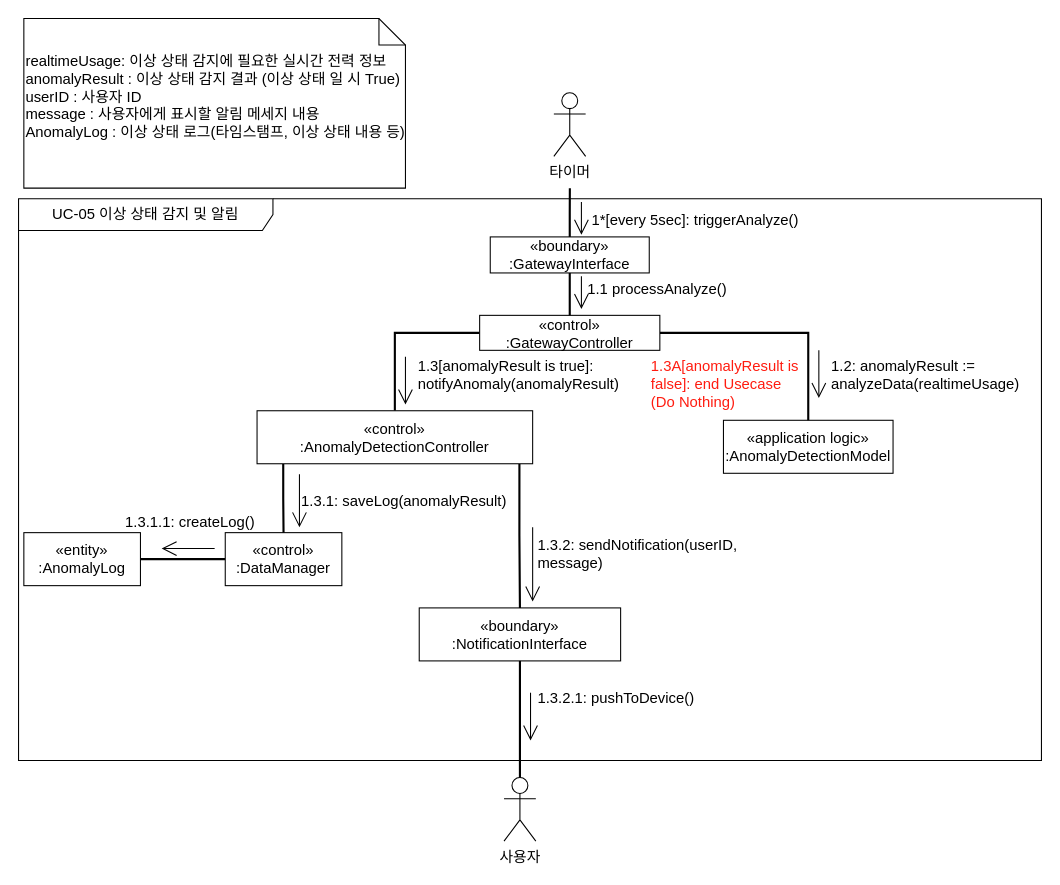
Earlier version of the draw.io diagram page "UC-05" (3 of 4) of DomainModeling.drawio (GeniusHoon/AssociateArchitect). Source tidied: cells renumbered, new cells numbered last; positions are measured from the earlier drawing's top-left corner, leaving out a move shared by most shapes. Both pictures are drawn from the tidied source at 106%, with x=0, y=0 at pixel (18, 18).
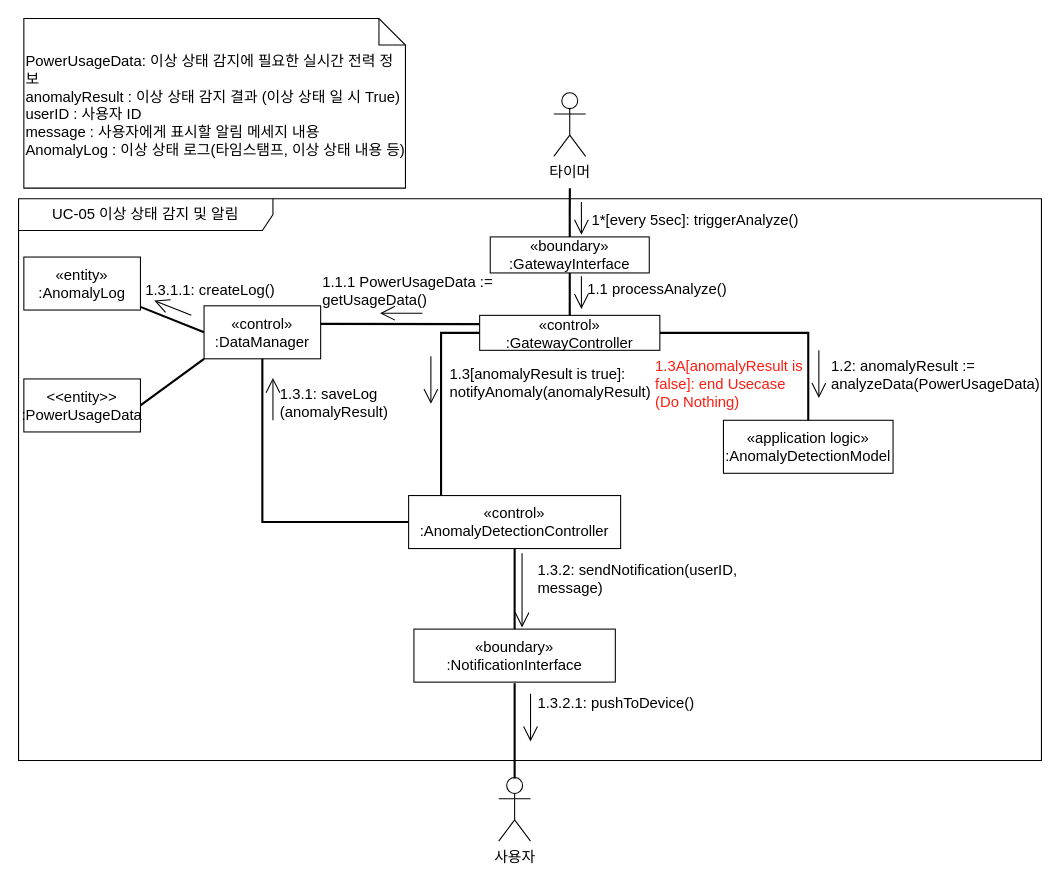
Above is the later version.

Unchanged cells that the change refers to:
```xml
<mxCell id="10" value="«control»&lt;br&gt;&lt;div&gt;:GatewayController&lt;/div&gt;" style="html=1;whiteSpace=wrap;fontSize=14;" parent="1" vertex="1">
  <mxGeometry x="435" y="280" width="170" height="33" as="geometry" />
</mxCell>
```

The edit, as a diff of the source:
```diff
@@
-    <mxCell id="2" value="realtimeUsage: 이상 상태 감지에 필요한 실시간 전력 정보&lt;div&gt;anomalyResult : 이상 상태 감지 결과 (이상 상태 일 시 True)&lt;/div&gt;&lt;div&gt;userID : 사용자 ID&lt;/div&gt;&lt;div&gt;message : 사용자에게 표시할 알림 메세지 내용&lt;/div&gt;&lt;div&gt;AnomalyLog : 이상 상태 로그(타임스탬프, 이상 상태 내용 등)&lt;/div&gt;&lt;div&gt;&lt;br&gt;&lt;/div&gt;" style="shape=note2;boundedLbl=1;whiteSpace=wrap;html=1;size=25;verticalAlign=top;align=left;fontSize=14;" parent="1" vertex="1">
+    <mxCell id="2" value="&lt;div&gt;&lt;span style=&quot;text-align: center; background-color: transparent; color: light-dark(rgb(0, 0, 0), rgb(255, 255, 255));&quot;&gt;PowerUsageData&lt;/span&gt;&lt;span style=&quot;background-color: transparent; color: light-dark(rgb(0, 0, 0), rgb(255, 255, 255));&quot;&gt;: 이상 상태 감지에 필요한 실시간 전력 정보&lt;/span&gt;&lt;/div&gt;&lt;div&gt;&lt;span style=&quot;background-color: transparent; color: light-dark(rgb(0, 0, 0), rgb(255, 255, 255));&quot;&gt;anomalyResult : 이상 상태 감지 결과 (이상 상태 일 시 True)&lt;/span&gt;&lt;/div&gt;&lt;div&gt;userID : 사용자 ID&lt;/div&gt;&lt;div&gt;message : 사용자에게 표시할 알림 메세지 내용&lt;/div&gt;&lt;div&gt;AnomalyLog : 이상 상태 로그(타임스탬프, 이상 상태 내용 등)&lt;/div&gt;&lt;div&gt;&lt;br&gt;&lt;/div&gt;" style="shape=note2;boundedLbl=1;whiteSpace=wrap;html=1;size=25;verticalAlign=top;align=left;fontSize=14;" parent="1" vertex="1">
       <mxGeometry x="5" width="360" height="160" as="geometry" />
     </mxCell>
     <mxCell id="3" value="사용자" style="shape=umlActor;verticalLabelPosition=bottom;verticalAlign=top;html=1;fontSize=14;" parent="1" vertex="1">
-      <mxGeometry x="458" y="716" width="30" height="60" as="geometry" />
+      <mxGeometry x="453" y="716" width="30" height="60" as="geometry" />
     </mxCell>
-    <mxCell id="4" style="edgeStyle=orthogonalEdgeStyle;rounded=0;jettySize=auto;html=1;exitX=0;exitY=0.5;exitDx=0;exitDy=0;strokeWidth=2;endArrow=none;endFill=0;fontSize=14;" parent="1" edge="1" source="5" target="14">
+    <mxCell id="4" style="rounded=0;jettySize=auto;html=1;exitX=0;exitY=0.5;exitDx=0;exitDy=0;strokeWidth=2;endArrow=none;endFill=0;fontSize=14;" parent="1" edge="1" source="5" target="14">
       <mxGeometry relative="1" as="geometry" />
     </mxCell>
+    <mxCell id="38" style="rounded=0;jettySize=auto;html=1;exitX=0;exitY=1;exitDx=0;exitDy=0;entryX=1;entryY=0.5;entryDx=0;entryDy=0;fontSize=12;startSize=8;endSize=8;strokeWidth=2;endArrow=none;endFill=0;" parent="1" edge="1" source="5" target="40">
+      <mxGeometry relative="1" as="geometry" />
+    </mxCell>
     <mxCell id="5" value="«control»&lt;br&gt;&lt;div&gt;:DataManager&lt;/div&gt;" style="html=1;whiteSpace=wrap;fontSize=14;" parent="1" vertex="1">
-      <mxGeometry x="195" y="485" width="110" height="50" as="geometry" />
+      <mxGeometry x="175" y="271" width="110" height="50" as="geometry" />
     </mxCell>
     <mxCell id="6" value="«boundary»&lt;br&gt;&lt;div&gt;:NotificationInterface&lt;/div&gt;" style="html=1;whiteSpace=wrap;fontSize=14;" parent="1" vertex="1">
-      <mxGeometry x="378" y="556" width="190" height="50" as="geometry" />
+      <mxGeometry x="373" y="576" width="190" height="50" as="geometry" />
     </mxCell>
@@
-    <mxCell id="9" style="edgeStyle=orthogonalEdgeStyle;rounded=0;jettySize=auto;html=1;exitX=0;exitY=0.5;exitDx=0;exitDy=0;entryX=0.5;entryY=0;entryDx=0;entryDy=0;endArrow=none;endFill=0;strokeWidth=2;" parent="1" edge="1" source="10" target="18">
+    <mxCell id="9" style="edgeStyle=orthogonalEdgeStyle;rounded=0;jettySize=auto;html=1;exitX=0;exitY=0.5;exitDx=0;exitDy=0;entryX=0.153;entryY=0.016;entryDx=0;entryDy=0;endArrow=none;endFill=0;strokeWidth=2;entryPerimeter=0;" parent="1" edge="1" source="10" target="18">
       <mxGeometry relative="1" as="geometry" />
     </mxCell>
+    <mxCell id="39" style="edgeStyle=none;curved=1;rounded=0;jettySize=auto;html=1;exitX=0;exitY=0.25;exitDx=0;exitDy=0;fontSize=12;startSize=8;endSize=8;endArrow=none;endFill=0;strokeWidth=2;" parent="1" edge="1" source="10">
+      <mxGeometry relative="1" as="geometry">
+        <mxPoint x="285" y="288" as="targetPoint" />
+      </mxGeometry>
+    </mxCell>
@@
     <mxCell id="11" style="endArrow=open;endFill=1;endSize=12;html=1;rounded=0;fontSize=14;" parent="1" edge="1">
       <mxGeometry relative="1" as="geometry">
-        <mxPoint x="265" y="430" as="sourcePoint" />
-        <mxPoint x="265" y="480" as="targetPoint" />
+        <mxPoint x="240" y="379" as="sourcePoint" />
+        <mxPoint x="240" y="339" as="targetPoint" />
+        <Array as="points">
+          <mxPoint x="240" y="354" />
+        </Array>
       </mxGeometry>
     </mxCell>
@@
     <mxCell id="14" value="«entity»&lt;br&gt;&lt;div&gt;:AnomalyLog&lt;/div&gt;" style="html=1;whiteSpace=wrap;fontSize=14;" parent="1" vertex="1">
-      <mxGeometry x="5" y="485" width="110" height="50" as="geometry" />
+      <mxGeometry x="5" y="225" width="110" height="50" as="geometry" />
     </mxCell>
-    <mxCell id="15" value="1.2: anomalyResult :=&#10;analyzeData(realtimeUsage)" style="text;whiteSpace=wrap;fontSize=14;" parent="1" vertex="1">
+    <mxCell id="15" value="1.2: anomalyResult :=&#10;analyzeData(PowerUsageData)" style="text;whiteSpace=wrap;fontSize=14;" parent="1" vertex="1">
       <mxGeometry x="765" y="313" width="176.5" height="40" as="geometry" />
     </mxCell>
-    <mxCell id="16" style="edgeStyle=orthogonalEdgeStyle;rounded=0;jettySize=auto;html=1;entryX=0.5;entryY=0;entryDx=0;entryDy=0;strokeWidth=2;endArrow=none;endFill=0;fontSize=14;exitX=0.095;exitY=1.003;exitDx=0;exitDy=0;exitPerimeter=0;" parent="1" edge="1" source="18" target="5">
+    <mxCell id="16" style="edgeStyle=orthogonalEdgeStyle;rounded=0;jettySize=auto;html=1;entryX=0.5;entryY=1;entryDx=0;entryDy=0;strokeWidth=2;endArrow=none;endFill=0;fontSize=14;exitX=0;exitY=0.5;exitDx=0;exitDy=0;" parent="1" edge="1" source="18" target="5">
       <mxGeometry relative="1" as="geometry" />
     </mxCell>
-    <mxCell id="17" style="edgeStyle=orthogonalEdgeStyle;rounded=0;jettySize=auto;html=1;exitX=0.952;exitY=1.003;exitDx=0;exitDy=0;entryX=0.5;entryY=0;entryDx=0;entryDy=0;strokeWidth=2;endArrow=none;endFill=0;exitPerimeter=0;fontSize=14;" parent="1" edge="1" source="18" target="6">
+    <mxCell id="17" style="edgeStyle=orthogonalEdgeStyle;rounded=0;jettySize=auto;html=1;exitX=0.5;exitY=1;exitDx=0;exitDy=0;entryX=0.5;entryY=0;entryDx=0;entryDy=0;strokeWidth=2;endArrow=none;endFill=0;fontSize=14;" parent="1" edge="1" source="18" target="6">
       <mxGeometry relative="1" as="geometry" />
     </mxCell>
     <mxCell id="18" value="«control»&lt;br&gt;&lt;div&gt;:AnomalyDetectionController&lt;/div&gt;" style="html=1;whiteSpace=wrap;fontSize=14;" parent="1" vertex="1">
-      <mxGeometry x="225" y="370" width="260" height="50" as="geometry" />
+      <mxGeometry x="368" y="450" width="200" height="50" as="geometry" />
     </mxCell>
     <mxCell id="19" style="endArrow=open;endFill=1;endSize=12;html=1;rounded=0;fontSize=14;entryX=0;entryY=1;entryDx=0;entryDy=0;" parent="1" edge="1">
       <mxGeometry relative="1" as="geometry">
-        <mxPoint x="365" y="319" as="sourcePoint" />
-        <mxPoint x="365" y="364" as="targetPoint" />
+        <mxPoint x="389" y="318.5" as="sourcePoint" />
+        <mxPoint x="389" y="363.5" as="targetPoint" />
       </mxGeometry>
     </mxCell>
     <mxCell id="20" value="1.3[anomalyResult is true]: notifyAnomaly(anomalyResult)" style="text;whiteSpace=wrap;fontSize=14;" parent="1" vertex="1">
-      <mxGeometry x="375" y="313" width="176" height="40" as="geometry" />
+      <mxGeometry x="405" y="321" width="176" height="40" as="geometry" />
     </mxCell>
-    <mxCell id="21" style="edgeStyle=orthogonalEdgeStyle;rounded=0;jettySize=auto;html=1;exitX=0.5;exitY=1;exitDx=0;exitDy=0;entryX=0.5;entryY=0;entryDx=0;entryDy=0;entryPerimeter=0;strokeWidth=2;endArrow=none;endFill=0;fontSize=14;" parent="1" edge="1" source="6" target="3">
-      <mxGeometry relative="1" as="geometry" />
+    <mxCell id="21" style="edgeStyle=orthogonalEdgeStyle;rounded=0;orthogonalLoop=1;jettySize=auto;html=1;exitX=0.5;exitY=1;exitDx=0;exitDy=0;entryX=0.5;entryY=0;entryDx=0;entryDy=0;entryPerimeter=0;strokeWidth=2;endArrow=none;endFill=0;fontSize=14;" parent="1" edge="1">
+      <mxGeometry relative="1" as="geometry">
+        <mxPoint x="468" y="627" as="sourcePoint" />
+        <mxPoint x="468" y="717" as="targetPoint" />
+      </mxGeometry>
     </mxCell>
-    <mxCell id="22" value="1.3.1: saveLog(anomalyResult)" style="text;whiteSpace=wrap;fontSize=14;" parent="1" vertex="1">
-      <mxGeometry x="265" y="440" width="200" height="40" as="geometry" />
+    <mxCell id="22" value="1.3.1: saveLog&#10;(anomalyResult)" style="text;whiteSpace=wrap;fontSize=14;" parent="1" vertex="1">
+      <mxGeometry x="245" y="339" width="200" height="40" as="geometry" />
     </mxCell>
     <mxCell id="23" value="1.3.1.1: createLog()" style="text;whiteSpace=wrap;fontSize=14;" parent="1" vertex="1">
-      <mxGeometry x="99" y="460" width="140" height="40" as="geometry" />
+      <mxGeometry x="118" y="241" width="140" height="40" as="geometry" />
     </mxCell>
     <mxCell id="24" value="1.3.2: sendNotification(userID, message)" style="text;whiteSpace=wrap;fontSize=14;" parent="1" vertex="1">
-      <mxGeometry x="488" y="481.5" width="250" height="40" as="geometry" />
+      <mxGeometry x="488" y="504.5" width="250" height="40" as="geometry" />
     </mxCell>
     <mxCell id="25" value="1.3.2.1: pushToDevice()" style="text;whiteSpace=wrap;fontSize=14;" parent="1" vertex="1">
-      <mxGeometry x="488" y="626" width="160" height="40" as="geometry" />
+      <mxGeometry x="488" y="631" width="160" height="40" as="geometry" />
     </mxCell>
     <mxCell id="26" style="endArrow=open;endFill=1;endSize=12;html=1;rounded=0;fontSize=14;entryX=0;entryY=1;entryDx=0;entryDy=0;" parent="1" edge="1">
       <mxGeometry relative="1" as="geometry">
-        <mxPoint x="483" y="636" as="sourcePoint" />
-        <mxPoint x="483" y="681" as="targetPoint" />
+        <mxPoint x="483" y="637" as="sourcePoint" />
+        <mxPoint x="483" y="682" as="targetPoint" />
       </mxGeometry>
     </mxCell>
     <mxCell id="27" style="endArrow=open;endFill=1;endSize=12;html=1;rounded=0;fontSize=14;" parent="1" edge="1">
       <mxGeometry relative="1" as="geometry">
-        <mxPoint x="485" y="480" as="sourcePoint" />
-        <mxPoint x="485" y="550" as="targetPoint" />
+        <mxPoint x="475" y="504.5" as="sourcePoint" />
+        <mxPoint x="475" y="574.5" as="targetPoint" />
       </mxGeometry>
     </mxCell>
     <mxCell id="28" style="endArrow=open;endFill=1;endSize=12;html=1;rounded=0;fontSize=14;" parent="1" edge="1">
       <mxGeometry relative="1" as="geometry">
-        <mxPoint x="185" y="500" as="sourcePoint" />
-        <mxPoint x="135" y="500" as="targetPoint" />
+        <mxPoint x="163" y="280" as="sourcePoint" />
+        <mxPoint x="128" y="266" as="targetPoint" />
       </mxGeometry>
     </mxCell>
     <mxCell id="29" value="1.3A[anomalyResult is false]: end Usecase&#10;(Do Nothing)" style="text;whiteSpace=wrap;fontSize=14;fontColor=#FF1C10;" parent="1" vertex="1">
-      <mxGeometry x="595" y="313" width="176" height="56" as="geometry" />
+      <mxGeometry x="599" y="313" width="176" height="56" as="geometry" />
     </mxCell>
@@
+    <mxCell id="40" value="&lt;div&gt;&amp;lt;&amp;lt;entity&amp;gt;&amp;gt;&lt;/div&gt;&lt;div&gt;:PowerUsageData&lt;/div&gt;" style="html=1;whiteSpace=wrap;fontSize=14;" parent="1" vertex="1">
+      <mxGeometry x="5" y="340" width="110" height="50" as="geometry" />
+    </mxCell>
+    <mxCell id="41" value="1.1.1 PowerUsageData :=&#10;getUsageData() " style="text;whiteSpace=wrap;fontSize=14;" parent="1" vertex="1">
+      <mxGeometry x="285" y="234" width="226" height="40" as="geometry" />
+    </mxCell>
+    <mxCell id="42" style="endArrow=open;endFill=1;endSize=12;html=1;rounded=0;fontSize=14;entryX=0;entryY=1;entryDx=0;entryDy=0;" parent="1" edge="1">
+      <mxGeometry relative="1" as="geometry">
+        <mxPoint x="381" y="278" as="sourcePoint" />
+        <mxPoint x="341" y="278" as="targetPoint" />
+      </mxGeometry>
+    </mxCell>
```
